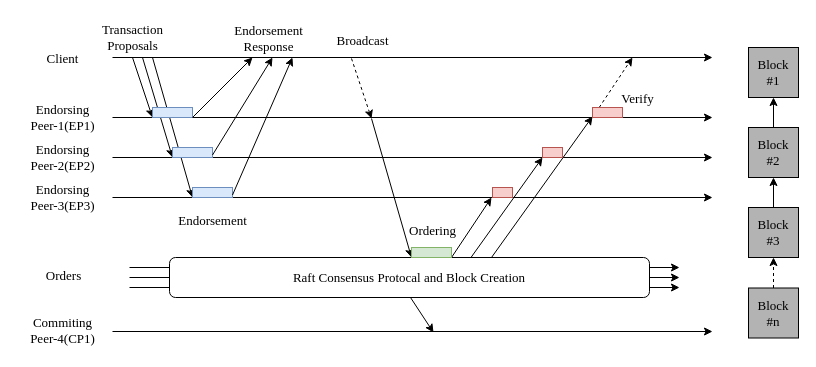
Before: Raft共识.drawio in Mr-doublehappines/httpServer, a draw.io diagram. Source tidied: cells renumbered, new cells numbered last; positions are measured from the earlier drawing's top-left corner, leaving out a move shared by most shapes. Both pictures are drawn from the tidied source at 100%, with x=0, y=0 at pixel (17, 17).
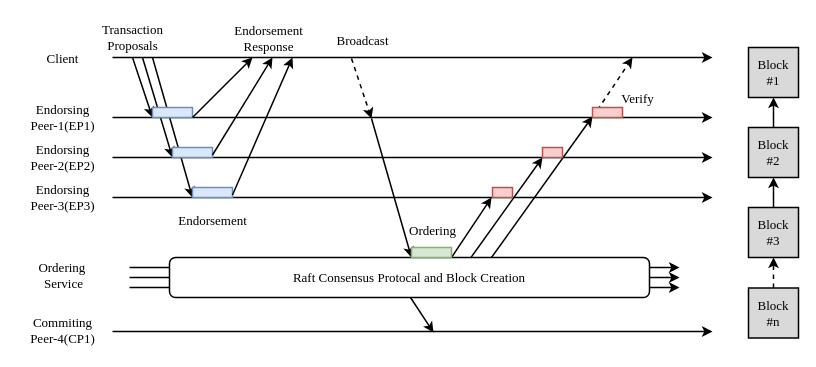
After the change.

The edit, as a diff of the source:
```diff
@@
-    <mxCell id="2" style="endArrow=classic;html=1;rounded=0;fontSize=13;fontFamily=Times New Roman;" parent="1" edge="1">
+    <mxCell id="2" style="endArrow=classic;html=1;rounded=0;fontSize=13;fontFamily=Times New Roman;strokeWidth=1.5;" parent="1" edge="1">
       <mxGeometry relative="1" as="geometry">
         <mxPoint x="95" y="40" as="sourcePoint" />
         <mxPoint x="695" y="40" as="targetPoint" />
       </mxGeometry>
     </mxCell>
-    <mxCell id="3" style="endArrow=classic;html=1;rounded=0;fontSize=13;fontFamily=Times New Roman;" parent="1" edge="1">
+    <mxCell id="3" style="endArrow=classic;html=1;rounded=0;fontSize=13;fontFamily=Times New Roman;strokeWidth=1.5;" parent="1" edge="1">
       <mxGeometry relative="1" as="geometry">
         <mxPoint x="95" y="100" as="sourcePoint" />
         <mxPoint x="695" y="100" as="targetPoint" />
       </mxGeometry>
     </mxCell>
-    <mxCell id="4" style="endArrow=classic;html=1;rounded=0;fontSize=13;fontFamily=Times New Roman;" parent="1" edge="1">
+    <mxCell id="4" style="endArrow=classic;html=1;rounded=0;fontSize=13;fontFamily=Times New Roman;strokeWidth=1.5;" parent="1" edge="1">
       <mxGeometry relative="1" as="geometry">
         <mxPoint x="95" y="140" as="sourcePoint" />
         <mxPoint x="695" y="140" as="targetPoint" />
       </mxGeometry>
     </mxCell>
-    <mxCell id="5" style="endArrow=classic;html=1;rounded=0;fontSize=13;fontFamily=Times New Roman;" parent="1" edge="1">
+    <mxCell id="5" style="endArrow=classic;html=1;rounded=0;fontSize=13;fontFamily=Times New Roman;strokeWidth=1.5;" parent="1" edge="1">
       <mxGeometry relative="1" as="geometry">
         <mxPoint x="95" y="180" as="sourcePoint" />
         <mxPoint x="695" y="180" as="targetPoint" />
       </mxGeometry>
     </mxCell>
-    <mxCell id="6" style="endArrow=classic;html=1;rounded=0;fontSize=13;fontFamily=Times New Roman;" parent="1" edge="1">
+    <mxCell id="6" style="endArrow=classic;html=1;rounded=0;fontSize=13;fontFamily=Times New Roman;strokeWidth=1.5;" parent="1" edge="1">
       <mxGeometry relative="1" as="geometry">
         <mxPoint x="112" y="250" as="sourcePoint" />
         <mxPoint x="662" y="250" as="targetPoint" />
       </mxGeometry>
     </mxCell>
-    <mxCell id="7" style="endArrow=classic;html=1;rounded=0;fontSize=13;fontFamily=Times New Roman;" parent="1" edge="1">
+    <mxCell id="7" style="endArrow=classic;html=1;rounded=0;fontSize=13;fontFamily=Times New Roman;strokeWidth=1.5;" parent="1" edge="1">
       <mxGeometry relative="1" as="geometry">
         <mxPoint x="112" y="260" as="sourcePoint" />
         <mxPoint x="662" y="260" as="targetPoint" />
       </mxGeometry>
     </mxCell>
-    <mxCell id="8" style="endArrow=classic;html=1;rounded=0;fontSize=13;fontFamily=Times New Roman;" parent="1" edge="1">
+    <mxCell id="8" style="endArrow=classic;html=1;rounded=0;fontSize=13;fontFamily=Times New Roman;strokeWidth=1.5;" parent="1" edge="1">
       <mxGeometry relative="1" as="geometry">
         <mxPoint x="112" y="270" as="sourcePoint" />
         <mxPoint x="662" y="270" as="targetPoint" />
       </mxGeometry>
     </mxCell>
-    <mxCell id="9" value="Raft Consensus Protocal and Block Creation" style="rounded=1;whiteSpace=wrap;html=1;fontSize=13;fontFamily=Times New Roman;" parent="1" vertex="1">
+    <mxCell id="9" value="Raft Consensus Protocal and Block Creation" style="rounded=1;whiteSpace=wrap;html=1;fontSize=13;fontFamily=Times New Roman;strokeWidth=1.5;" parent="1" vertex="1">
       <mxGeometry x="152" y="240" width="480" height="40" as="geometry" />
     </mxCell>
@@
-    <mxCell id="14" style="endArrow=classic;html=1;rounded=0;fontSize=13;fontFamily=Times New Roman;" parent="1" edge="1">
+    <mxCell id="14" style="endArrow=classic;html=1;rounded=0;fontSize=13;fontFamily=Times New Roman;strokeWidth=1.5;" parent="1" edge="1">
       <mxGeometry relative="1" as="geometry">
         <mxPoint x="115" y="40" as="sourcePoint" />
         <mxPoint x="135" y="100" as="targetPoint" />
       </mxGeometry>
     </mxCell>
-    <mxCell id="15" style="endArrow=classic;html=1;rounded=0;fontSize=13;fontFamily=Times New Roman;" parent="1" edge="1">
+    <mxCell id="15" style="endArrow=classic;html=1;rounded=0;fontSize=13;fontFamily=Times New Roman;strokeWidth=1.5;" parent="1" edge="1">
       <mxGeometry relative="1" as="geometry">
         <mxPoint x="125" y="40" as="sourcePoint" />
         <mxPoint x="155" y="140" as="targetPoint" />
       </mxGeometry>
     </mxCell>
-    <mxCell id="16" style="endArrow=classic;html=1;rounded=0;fontSize=13;fontFamily=Times New Roman;" parent="1" edge="1">
+    <mxCell id="16" style="endArrow=classic;html=1;rounded=0;fontSize=13;fontFamily=Times New Roman;strokeWidth=1.5;" parent="1" edge="1">
       <mxGeometry relative="1" as="geometry">
         <mxPoint x="135" y="40" as="sourcePoint" />
         <mxPoint x="175" y="180" as="targetPoint" />
       </mxGeometry>
     </mxCell>
-    <mxCell id="17" style="rounded=0;whiteSpace=wrap;html=1;fontSize=13;fontFamily=Times New Roman;fillColor=#dae8fc;strokeColor=#6c8ebf;" parent="1" vertex="1">
+    <mxCell id="17" style="rounded=0;whiteSpace=wrap;html=1;fontSize=13;fontFamily=Times New Roman;fillColor=#dae8fc;strokeColor=#6c8ebf;strokeWidth=1.5;" parent="1" vertex="1">
       <mxGeometry x="135" y="90" width="40" height="10" as="geometry" />
     </mxCell>
-    <mxCell id="18" style="rounded=0;whiteSpace=wrap;html=1;fontSize=13;fontFamily=Times New Roman;fillColor=#dae8fc;strokeColor=#6c8ebf;" parent="1" vertex="1">
+    <mxCell id="18" style="rounded=0;whiteSpace=wrap;html=1;fontSize=13;fontFamily=Times New Roman;fillColor=#dae8fc;strokeColor=#6c8ebf;strokeWidth=1.5;" parent="1" vertex="1">
       <mxGeometry x="155" y="130" width="40" height="10" as="geometry" />
     </mxCell>
-    <mxCell id="19" style="rounded=0;whiteSpace=wrap;html=1;fontSize=13;fontFamily=Times New Roman;fillColor=#dae8fc;strokeColor=#6c8ebf;" parent="1" vertex="1">
+    <mxCell id="19" style="rounded=0;whiteSpace=wrap;html=1;fontSize=13;fontFamily=Times New Roman;fillColor=#dae8fc;strokeColor=#6c8ebf;strokeWidth=1.5;" parent="1" vertex="1">
       <mxGeometry x="175" y="170" width="40" height="10" as="geometry" />
     </mxCell>
-    <mxCell id="20" style="endArrow=classic;html=1;rounded=0;exitX=1;exitY=1;exitDx=0;exitDy=0;fontSize=13;fontFamily=Times New Roman;" parent="1" edge="1" source="17">
+    <mxCell id="20" style="endArrow=classic;html=1;rounded=0;exitX=1;exitY=1;exitDx=0;exitDy=0;fontSize=13;fontFamily=Times New Roman;strokeWidth=1.5;" parent="1" edge="1" source="17">
       <mxGeometry relative="1" as="geometry">
         <mxPoint x="235" y="40" as="targetPoint" />
       </mxGeometry>
     </mxCell>
-    <mxCell id="21" style="endArrow=classic;html=1;rounded=0;exitX=1;exitY=0.75;exitDx=0;exitDy=0;fontSize=13;fontFamily=Times New Roman;" parent="1" edge="1" source="18">
+    <mxCell id="21" style="endArrow=classic;html=1;rounded=0;exitX=1;exitY=0.75;exitDx=0;exitDy=0;fontSize=13;fontFamily=Times New Roman;strokeWidth=1.5;" parent="1" edge="1" source="18">
       <mxGeometry relative="1" as="geometry">
         <mxPoint x="255" y="40" as="targetPoint" />
       </mxGeometry>
     </mxCell>
-    <mxCell id="22" style="endArrow=classic;html=1;rounded=0;exitX=1;exitY=0.75;exitDx=0;exitDy=0;fontSize=13;fontFamily=Times New Roman;" parent="1" edge="1" source="19">
+    <mxCell id="22" style="endArrow=classic;html=1;rounded=0;exitX=1;exitY=0.75;exitDx=0;exitDy=0;fontSize=13;fontFamily=Times New Roman;strokeWidth=1.5;" parent="1" edge="1" source="19">
       <mxGeometry relative="1" as="geometry">
         <mxPoint x="275" y="40" as="targetPoint" />
       </mxGeometry>
     </mxCell>
@@
-    <mxCell id="25" style="endArrow=classic;html=1;rounded=0;dashed=1;fontSize=13;fontFamily=Times New Roman;" parent="1" edge="1">
+    <mxCell id="25" style="endArrow=classic;html=1;rounded=0;dashed=1;fontSize=13;fontFamily=Times New Roman;strokeWidth=1.5;" parent="1" edge="1">
       <mxGeometry relative="1" as="geometry">
         <mxPoint x="334" y="41" as="sourcePoint" />
         <mxPoint x="354" y="101" as="targetPoint" />
       </mxGeometry>
     </mxCell>
-    <mxCell id="26" style="endArrow=classic;html=1;rounded=0;entryX=0;entryY=1;entryDx=0;entryDy=0;fontSize=13;fontFamily=Times New Roman;" parent="1" edge="1" target="34">
+    <mxCell id="26" style="endArrow=classic;html=1;rounded=0;entryX=0;entryY=1;entryDx=0;entryDy=0;fontSize=13;fontFamily=Times New Roman;strokeWidth=1.5;" parent="1" edge="1" target="34">
       <mxGeometry relative="1" as="geometry">
         <mxPoint x="354" y="101" as="sourcePoint" />
       </mxGeometry>
     </mxCell>
-    <mxCell id="27" style="endArrow=classic;html=1;rounded=0;fontSize=13;fontFamily=Times New Roman;" parent="1" edge="1">
+    <mxCell id="27" style="endArrow=classic;html=1;rounded=0;fontSize=13;fontFamily=Times New Roman;strokeWidth=1.5;" parent="1" edge="1">
       <mxGeometry relative="1" as="geometry">
         <mxPoint x="434" y="240" as="sourcePoint" />
         <mxPoint x="474" y="180" as="targetPoint" />
       </mxGeometry>
     </mxCell>
-    <mxCell id="28" style="endArrow=classic;html=1;rounded=0;exitX=0.588;exitY=0.01;exitDx=0;exitDy=0;exitPerimeter=0;fontSize=13;fontFamily=Times New Roman;" parent="1" edge="1">
+    <mxCell id="28" style="endArrow=classic;html=1;rounded=0;exitX=0.588;exitY=0.01;exitDx=0;exitDy=0;exitPerimeter=0;fontSize=13;fontFamily=Times New Roman;strokeWidth=1.5;" parent="1" edge="1">
       <mxGeometry relative="1" as="geometry">
         <mxPoint x="453.2" y="240.4" as="sourcePoint" />
         <mxPoint x="525" y="140" as="targetPoint" />
       </mxGeometry>
     </mxCell>
-    <mxCell id="29" style="endArrow=classic;html=1;rounded=0;fontSize=13;fontFamily=Times New Roman;" parent="1" edge="1">
+    <mxCell id="29" style="endArrow=classic;html=1;rounded=0;fontSize=13;fontFamily=Times New Roman;strokeWidth=1.5;" parent="1" edge="1">
       <mxGeometry relative="1" as="geometry">
         <mxPoint x="474" y="240" as="sourcePoint" />
         <mxPoint x="575" y="99" as="targetPoint" />
       </mxGeometry>
     </mxCell>
-    <mxCell id="30" style="endArrow=classic;html=1;rounded=0;dashed=1;fontSize=13;fontFamily=Times New Roman;" parent="1" edge="1">
+    <mxCell id="30" style="endArrow=classic;html=1;rounded=0;dashed=1;fontSize=13;fontFamily=Times New Roman;strokeWidth=1.5;" parent="1" edge="1">
       <mxGeometry relative="1" as="geometry">
         <mxPoint x="575" y="100" as="sourcePoint" />
         <mxPoint x="615" y="40" as="targetPoint" />
       </mxGeometry>
     </mxCell>
-    <mxCell id="31" style="rounded=0;whiteSpace=wrap;html=1;fontSize=13;fontFamily=Times New Roman;fillColor=#f8cecc;strokeColor=#b85450;" parent="1" vertex="1">
+    <mxCell id="31" style="rounded=0;whiteSpace=wrap;html=1;fontSize=13;fontFamily=Times New Roman;fillColor=#f8cecc;strokeColor=#b85450;strokeWidth=1.5;" parent="1" vertex="1">
       <mxGeometry x="475" y="170" width="20" height="10" as="geometry" />
     </mxCell>
-    <mxCell id="32" style="rounded=0;whiteSpace=wrap;html=1;fontSize=13;fontFamily=Times New Roman;fillColor=#f8cecc;strokeColor=#b85450;" parent="1" vertex="1">
+    <mxCell id="32" style="rounded=0;whiteSpace=wrap;html=1;fontSize=13;fontFamily=Times New Roman;fillColor=#f8cecc;strokeColor=#b85450;strokeWidth=1.5;" parent="1" vertex="1">
       <mxGeometry x="525" y="130" width="20" height="10" as="geometry" />
     </mxCell>
-    <mxCell id="33" style="rounded=0;whiteSpace=wrap;html=1;fontSize=13;fontFamily=Times New Roman;fillColor=#f8cecc;strokeColor=#b85450;" parent="1" vertex="1">
+    <mxCell id="33" style="rounded=0;whiteSpace=wrap;html=1;fontSize=13;fontFamily=Times New Roman;fillColor=#f8cecc;strokeColor=#b85450;strokeWidth=1.5;" parent="1" vertex="1">
       <mxGeometry x="575" y="90" width="30" height="10" as="geometry" />
     </mxCell>
-    <mxCell id="34" style="rounded=0;whiteSpace=wrap;html=1;fontSize=13;fontFamily=Times New Roman;fillColor=#d5e8d4;strokeColor=#82b366;" parent="1" vertex="1">
+    <mxCell id="34" style="rounded=0;whiteSpace=wrap;html=1;fontSize=13;fontFamily=Times New Roman;fillColor=#d5e8d4;strokeColor=#82b366;strokeWidth=1.5;" parent="1" vertex="1">
       <mxGeometry x="394" y="230" width="40" height="10" as="geometry" />
     </mxCell>
-    <mxCell id="35" style="endArrow=classic;html=1;rounded=0;fontSize=13;fontFamily=Times New Roman;" parent="1" edge="1">
+    <mxCell id="35" style="endArrow=classic;html=1;rounded=0;fontSize=13;fontFamily=Times New Roman;strokeWidth=1.5;" parent="1" edge="1">
       <mxGeometry relative="1" as="geometry">
         <mxPoint x="95" y="314" as="sourcePoint" />
         <mxPoint x="695" y="314" as="targetPoint" />
       </mxGeometry>
     </mxCell>
-    <mxCell id="36" style="endArrow=classic;html=1;rounded=0;exitX=0.5;exitY=1;exitDx=0;exitDy=0;fontSize=13;fontFamily=Times New Roman;" parent="1" edge="1">
+    <mxCell id="36" style="endArrow=classic;html=1;rounded=0;exitX=0.5;exitY=1;exitDx=0;exitDy=0;fontSize=13;fontFamily=Times New Roman;strokeWidth=1.5;" parent="1" edge="1">
       <mxGeometry relative="1" as="geometry">
         <mxPoint x="393" y="280" as="sourcePoint" />
         <mxPoint x="416" y="315" as="targetPoint" />
       </mxGeometry>
     </mxCell>
-    <mxCell id="37" value="Orders" style="text;html=1;align=center;verticalAlign=middle;strokeColor=none;fillColor=none;fontSize=13;fontFamily=Times New Roman;" parent="1" vertex="1">
-      <mxGeometry x="16" y="243" width="60" height="30" as="geometry" />
+    <mxCell id="37" value="Ordering&amp;nbsp;&lt;div&gt;Service&lt;/div&gt;" style="text;html=1;align=center;verticalAlign=middle;strokeColor=none;fillColor=none;fontSize=13;fontFamily=Times New Roman;" parent="1" vertex="1">
+      <mxGeometry x="11" y="238" width="70" height="40" as="geometry" />
     </mxCell>
@@
-    <mxCell id="39" value="Block&lt;div style=&quot;font-size: 13px;&quot;&gt;#1&lt;/div&gt;" style="whiteSpace=wrap;html=1;fontFamily=Times New Roman;fontSize=13;fillColor=#B3B3B3;" parent="1" vertex="1">
+    <mxCell id="39" value="Block&lt;div style=&quot;font-size: 13px;&quot;&gt;#1&lt;/div&gt;" style="whiteSpace=wrap;html=1;fontFamily=Times New Roman;fontSize=13;fillColor=#D9D9D9;strokeWidth=1.5;" parent="1" vertex="1">
       <mxGeometry x="731" y="30" width="50" height="50" as="geometry" />
     </mxCell>
-    <mxCell id="40" value="Block&lt;div style=&quot;font-size: 13px;&quot;&gt;#2&lt;/div&gt;" style="whiteSpace=wrap;html=1;strokeColor=default;align=center;verticalAlign=middle;fontFamily=Times New Roman;fontSize=13;fontColor=default;fillColor=#B3B3B3;" parent="1" vertex="1">
+    <mxCell id="40" value="Block&lt;div style=&quot;font-size: 13px;&quot;&gt;#2&lt;/div&gt;" style="whiteSpace=wrap;html=1;strokeColor=default;align=center;verticalAlign=middle;fontFamily=Times New Roman;fontSize=13;fontColor=default;fillColor=#D9D9D9;strokeWidth=1.5;" parent="1" vertex="1">
       <mxGeometry x="731" y="110" width="50" height="50" as="geometry" />
     </mxCell>
-    <mxCell id="41" value="Block&lt;div style=&quot;font-size: 13px;&quot;&gt;#3&lt;/div&gt;" style="whiteSpace=wrap;html=1;strokeColor=default;align=center;verticalAlign=middle;fontFamily=Times New Roman;fontSize=13;fontColor=default;fillColor=#B3B3B3;" parent="1" vertex="1">
+    <mxCell id="41" value="Block&lt;div style=&quot;font-size: 13px;&quot;&gt;#3&lt;/div&gt;" style="whiteSpace=wrap;html=1;strokeColor=default;align=center;verticalAlign=middle;fontFamily=Times New Roman;fontSize=13;fontColor=default;fillColor=#D9D9D9;strokeWidth=1.5;" parent="1" vertex="1">
       <mxGeometry x="731" y="190" width="50" height="50" as="geometry" />
     </mxCell>
-    <mxCell id="42" value="Block&lt;div style=&quot;font-size: 13px;&quot;&gt;#n&lt;/div&gt;" style="whiteSpace=wrap;html=1;fontFamily=Times New Roman;fontSize=13;strokeColor=default;align=center;verticalAlign=middle;fontColor=default;fillColor=#B3B3B3;" parent="1" vertex="1">
+    <mxCell id="42" value="Block&lt;div style=&quot;font-size: 13px;&quot;&gt;#n&lt;/div&gt;" style="whiteSpace=wrap;html=1;fontFamily=Times New Roman;fontSize=13;strokeColor=default;align=center;verticalAlign=middle;fontColor=default;fillColor=#D9D9D9;strokeWidth=1.5;" parent="1" vertex="1">
       <mxGeometry x="731" y="270.5" width="50" height="50" as="geometry" />
     </mxCell>
-    <mxCell id="43" style="endArrow=classic;html=1;rounded=0;entryX=0.5;entryY=1;entryDx=0;entryDy=0;exitX=0.5;exitY=0;exitDx=0;exitDy=0;fontFamily=Times New Roman;fontSize=13;" parent="1" edge="1" source="40" target="39">
+    <mxCell id="43" style="endArrow=classic;html=1;rounded=0;entryX=0.5;entryY=1;entryDx=0;entryDy=0;exitX=0.5;exitY=0;exitDx=0;exitDy=0;fontFamily=Times New Roman;fontSize=13;strokeWidth=1.5;" parent="1" edge="1" source="40" target="39">
       <mxGeometry relative="1" as="geometry" />
     </mxCell>
-    <mxCell id="44" style="endArrow=classic;html=1;rounded=0;entryX=0.5;entryY=1;entryDx=0;entryDy=0;exitX=0.5;exitY=0;exitDx=0;exitDy=0;fontFamily=Times New Roman;fontSize=13;" parent="1" edge="1" source="41" target="40">
+    <mxCell id="44" style="endArrow=classic;html=1;rounded=0;entryX=0.5;entryY=1;entryDx=0;entryDy=0;exitX=0.5;exitY=0;exitDx=0;exitDy=0;fontFamily=Times New Roman;fontSize=13;strokeWidth=1.5;" parent="1" edge="1" source="41" target="40">
       <mxGeometry relative="1" as="geometry" />
     </mxCell>
-    <mxCell id="45" style="endArrow=classic;html=1;rounded=0;entryX=0.5;entryY=1;entryDx=0;entryDy=0;dashed=1;fontFamily=Times New Roman;fontSize=13;" parent="1" edge="1" source="42" target="41">
+    <mxCell id="45" style="endArrow=classic;html=1;rounded=0;entryX=0.5;entryY=1;entryDx=0;entryDy=0;dashed=1;fontFamily=Times New Roman;fontSize=13;strokeWidth=1.5;" parent="1" edge="1" source="42" target="41">
       <mxGeometry relative="1" as="geometry" />
     </mxCell>
-    <mxCell id="46" value="Endorsement" style="text;html=1;align=center;verticalAlign=middle;strokeColor=none;fillColor=none;fontFamily=Times New Roman;fontSize=13;" parent="1" vertex="1">
+    <mxCell id="46" value="Endorsement" style="text;html=1;align=center;verticalAlign=middle;strokeColor=none;fillColor=none;fontFamily=Times New Roman;fontSize=13;strokeWidth=1.5;" parent="1" vertex="1">
       <mxGeometry x="150" y="188" width="90" height="30" as="geometry" />
     </mxCell>
@@
-    <mxCell id="48" value="Ordering" style="text;html=1;align=center;verticalAlign=middle;strokeColor=none;fillColor=none;fontFamily=Times New Roman;fontSize=13;" parent="1" vertex="1">
+    <mxCell id="48" value="Ordering" style="text;html=1;align=center;verticalAlign=middle;strokeColor=none;fillColor=none;fontFamily=Times New Roman;fontSize=13;strokeWidth=1.5;" parent="1" vertex="1">
       <mxGeometry x="380" y="198" width="70" height="30" as="geometry" />
     </mxCell>
-    <mxCell id="49" value="Verify" style="text;html=1;align=center;verticalAlign=middle;strokeColor=none;fillColor=none;fontFamily=Times New Roman;fontSize=13;" parent="1" vertex="1">
+    <mxCell id="49" value="Verify" style="text;html=1;align=center;verticalAlign=middle;strokeColor=none;fillColor=none;fontFamily=Times New Roman;fontSize=13;strokeWidth=1.5;" parent="1" vertex="1">
       <mxGeometry x="590" y="66" width="60" height="30" as="geometry" />
     </mxCell>
```
